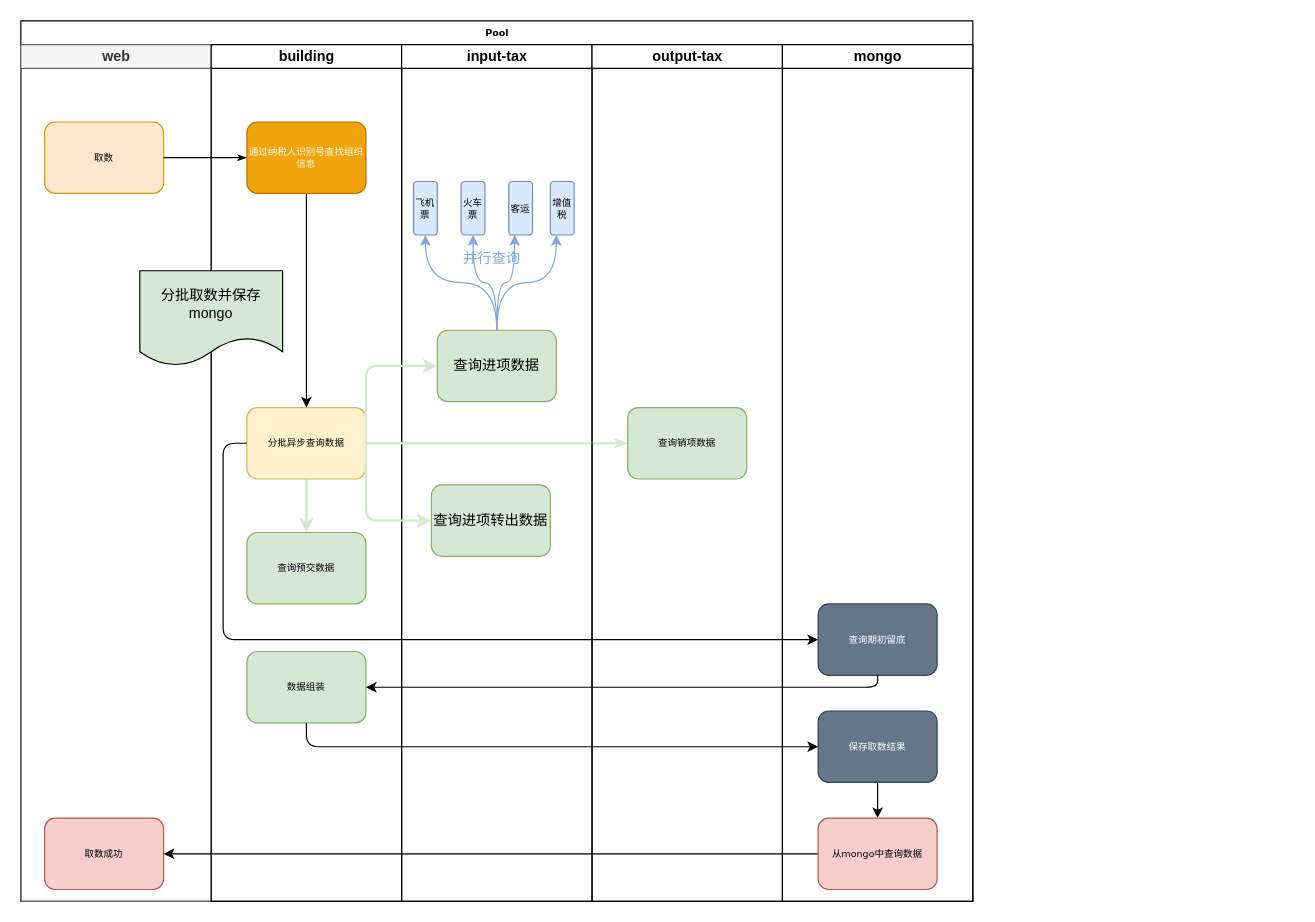
The draw.io diagram 转正答辩.drawio in sensezhang/draw, before the edit. Source tidied: cells renumbered, new cells numbered last; positions are measured from the earlier drawing's top-left corner, leaving out a move shared by most shapes. Both pictures are drawn from the tidied source at 119%, with x=0, y=0 at pixel (20, 20).
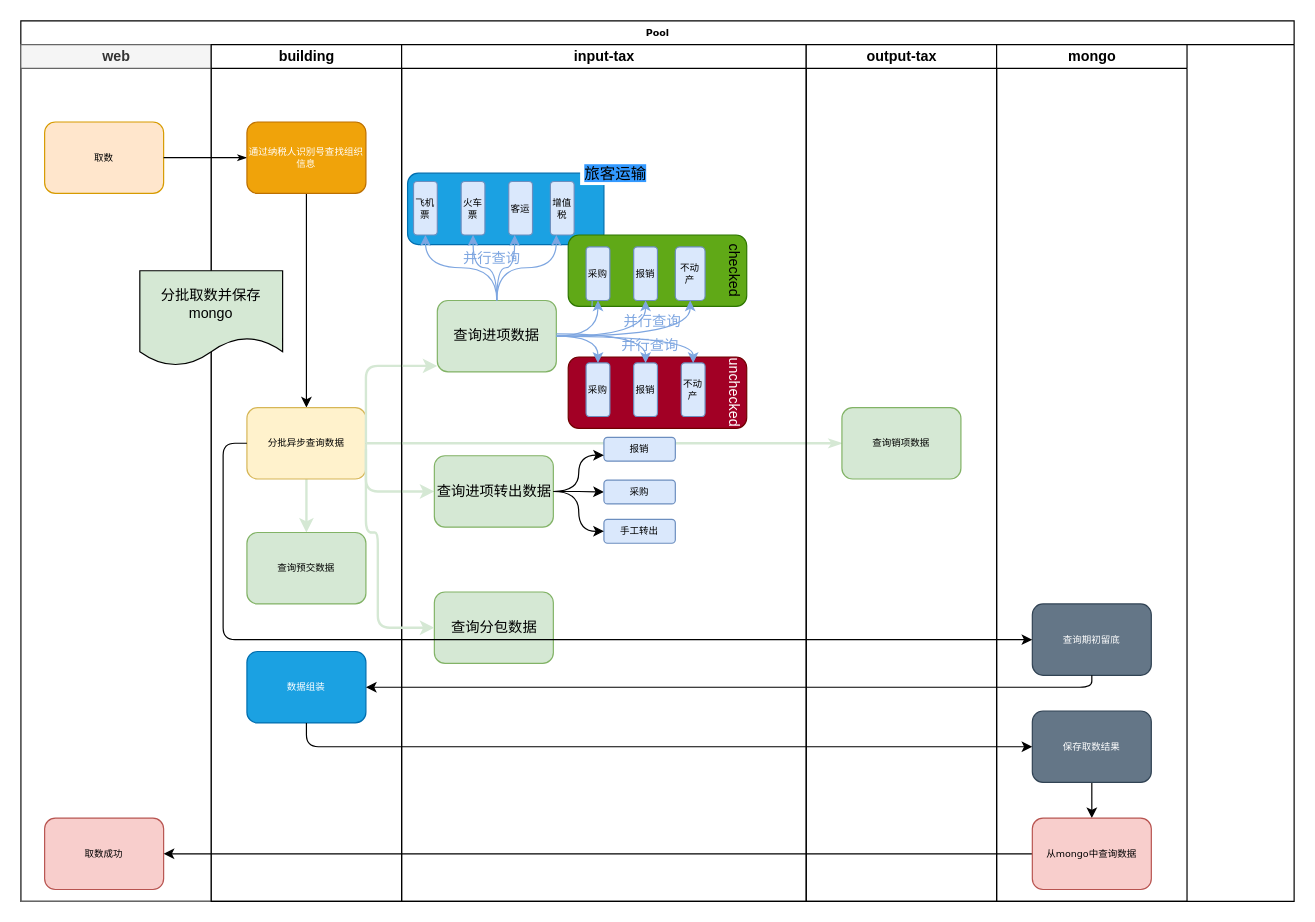
The same diagram, later.

Commit message:
更新转正答辩.drawio

The change refers to these unchanged cells:
```xml
<mxCell id="7" value="building" style="swimlane;html=1;startSize=20;" parent="2" vertex="1">
  <mxGeometry x="160" y="20" width="160" height="720" as="geometry" />
</mxCell>
<mxCell id="11" value="分批异步查询数据" style="rounded=1;whiteSpace=wrap;html=1;shadow=0;labelBackgroundColor=none;strokeWidth=1;fontFamily=Verdana;fontSize=8;align=center;fillColor=#fff2cc;strokeColor=#d6b656;" parent="7" vertex="1">
  <mxGeometry x="30" y="305" width="100" height="60" as="geometry" />
</mxCell>
<mxCell id="31" value="查询销项数据" style="rounded=1;whiteSpace=wrap;html=1;shadow=0;labelBackgroundColor=none;strokeWidth=1;fontFamily=Verdana;fontSize=8;align=center;fillColor=#d5e8d4;strokeColor=#82b366;" parent="30" vertex="1">
  <mxGeometry x="30" y="305" width="100" height="60" as="geometry" />
</mxCell>
<mxCell id="34" value="查询期初留底" style="rounded=1;whiteSpace=wrap;html=1;shadow=0;labelBackgroundColor=none;strokeWidth=1;fontFamily=Verdana;fontSize=8;align=center;fillColor=#647687;strokeColor=#314354;fontColor=#ffffff;" parent="33" vertex="1">
  <mxGeometry x="30" y="470" width="100" height="60" as="geometry" />
</mxCell>
<mxCell id="37" value="从mongo中查询数据" style="rounded=1;whiteSpace=wrap;html=1;shadow=0;labelBackgroundColor=none;strokeWidth=1;fontFamily=Verdana;fontSize=8;align=center;fillColor=#f8cecc;strokeColor=#b85450;" parent="33" vertex="1">
  <mxGeometry x="30" y="650" width="100" height="60" as="geometry" />
</mxCell>
```

The edit, as a diff of the source:
```diff
@@
     <mxCell id="2" value="Pool" style="swimlane;html=1;startSize=20;rounded=0;shadow=0;labelBackgroundColor=none;strokeWidth=1;fontFamily=Verdana;fontSize=8;align=center;" parent="1" vertex="1">
-      <mxGeometry width="800" height="740" as="geometry" />
+      <mxGeometry width="1070" height="740" as="geometry" />
     </mxCell>
@@
-    <mxCell id="13" value="数据组装" style="rounded=1;whiteSpace=wrap;html=1;shadow=0;labelBackgroundColor=none;strokeWidth=1;fontFamily=Verdana;fontSize=8;align=center;fillColor=#d5e8d4;strokeColor=#82b366;" parent="7" vertex="1">
+    <mxCell id="13" value="数据组装" style="rounded=1;whiteSpace=wrap;html=1;shadow=0;labelBackgroundColor=none;strokeWidth=1;fontFamily=Verdana;fontSize=8;align=center;fillColor=#1ba1e2;strokeColor=#006EAF;fontColor=#ffffff;" parent="7" vertex="1">
       <mxGeometry x="30" y="510" width="100" height="60" as="geometry" />
     </mxCell>
@@
+    <mxCell id="27" style="edgeStyle=orthogonalEdgeStyle;jettySize=auto;html=1;exitX=1;exitY=0.5;exitDx=0;exitDy=0;strokeColor=#D5E8D4;strokeWidth=2;rounded=1;" parent="2" edge="1" source="11" target="17">
+      <mxGeometry relative="1" as="geometry">
+        <Array as="points">
+          <mxPoint x="290" y="290" />
+        </Array>
+      </mxGeometry>
+    </mxCell>
+    <mxCell id="28" style="edgeStyle=orthogonalEdgeStyle;jettySize=auto;html=1;entryX=0;entryY=0.5;entryDx=0;entryDy=0;exitX=1;exitY=0.5;exitDx=0;exitDy=0;strokeColor=#D5E8D4;strokeWidth=2;rounded=1;" parent="2" edge="1" source="11" target="26">
+      <mxGeometry relative="1" as="geometry">
+        <Array as="points">
+          <mxPoint x="290" y="396" />
+        </Array>
+      </mxGeometry>
+    </mxCell>
+    <mxCell id="29" style="edgeStyle=orthogonalEdgeStyle;html=1;labelBackgroundColor=none;startArrow=none;startFill=0;startSize=5;endArrow=classicThin;endFill=1;endSize=5;jettySize=auto;strokeWidth=2;fontFamily=Verdana;fontSize=8;exitX=1;exitY=0.5;exitDx=0;exitDy=0;curved=1;strokeColor=#D5E8D4;" parent="2" edge="1" source="11" target="31">
+      <mxGeometry relative="1" as="geometry">
+        <Array as="points">
+          <mxPoint x="410" y="355" />
+          <mxPoint x="410" y="355" />
+        </Array>
+      </mxGeometry>
+    </mxCell>
     <mxCell id="15" value="input-tax" style="swimlane;html=1;startSize=20;fillColor=#FFFFFF;strokeColor=#000000;" parent="2" vertex="1">
-      <mxGeometry x="320" y="20" width="160" height="720" as="geometry" />
+      <mxGeometry x="320" y="20" width="340" height="720" as="geometry" />
     </mxCell>
+    <mxCell id="41" style="rounded=1;whiteSpace=wrap;html=1;fontColor=#ffffff;fillColor=#1ba1e2;strokeColor=#006EAF;" parent="15" vertex="1">
+      <mxGeometry x="5" y="108" width="165" height="60" as="geometry" />
+    </mxCell>
+    <mxCell id="42" style="rounded=1;whiteSpace=wrap;html=1;fillColor=#60a917;strokeColor=#2D7600;fontColor=#ffffff;" parent="15" vertex="1">
+      <mxGeometry x="140" y="160" width="150" height="60" as="geometry" />
+    </mxCell>
@@
     <mxCell id="17" value="&lt;font style=&quot;font-size: 12px&quot;&gt;查询进项数据&lt;/font&gt;" style="rounded=1;whiteSpace=wrap;html=1;shadow=0;labelBackgroundColor=none;strokeWidth=1;fontFamily=Verdana;fontSize=8;align=center;fillColor=#d5e8d4;strokeColor=#82b366;" parent="15" vertex="1">
-      <mxGeometry x="30" y="240" width="100" height="60" as="geometry" />
+      <mxGeometry x="30" y="215" width="100" height="60" as="geometry" />
     </mxCell>
@@
+    <mxCell id="43" style="edgeStyle=orthogonalEdgeStyle;rounded=0;jettySize=auto;html=1;fontColor=#FFFFFF;" parent="15" edge="1" source="26" target="62">
+      <mxGeometry relative="1" as="geometry" />
+    </mxCell>
     <mxCell id="26" value="&lt;font style=&quot;font-size: 12px&quot;&gt;查询进项转出数据&lt;/font&gt;" style="rounded=1;whiteSpace=wrap;html=1;shadow=0;labelBackgroundColor=none;strokeWidth=1;fontFamily=Verdana;fontSize=8;align=center;fillColor=#d5e8d4;strokeColor=#82b366;" parent="15" vertex="1">
-      <mxGeometry x="25" y="370" width="100" height="60" as="geometry" />
+      <mxGeometry x="27.5" y="345.5" width="100" height="60" as="geometry" />
     </mxCell>
-    <mxCell id="27" style="edgeStyle=orthogonalEdgeStyle;jettySize=auto;html=1;exitX=1;exitY=0.5;exitDx=0;exitDy=0;strokeColor=#D5E8D4;strokeWidth=2;rounded=1;" parent="2" edge="1" source="11" target="17">
-      <mxGeometry relative="1" as="geometry">
-        <Array as="points">
-          <mxPoint x="290" y="290" />
-        </Array>
-      </mxGeometry>
-    </mxCell>
-    <mxCell id="28" style="edgeStyle=orthogonalEdgeStyle;jettySize=auto;html=1;entryX=0;entryY=0.5;entryDx=0;entryDy=0;exitX=1;exitY=0.5;exitDx=0;exitDy=0;strokeColor=#D5E8D4;strokeWidth=2;rounded=1;" parent="2" edge="1" source="11" target="26">
-      <mxGeometry relative="1" as="geometry">
-        <Array as="points">
-          <mxPoint x="290" y="420" />
-        </Array>
-      </mxGeometry>
-    </mxCell>
-    <mxCell id="29" style="edgeStyle=orthogonalEdgeStyle;html=1;labelBackgroundColor=none;startArrow=none;startFill=0;startSize=5;endArrow=classicThin;endFill=1;endSize=5;jettySize=auto;strokeWidth=2;fontFamily=Verdana;fontSize=8;exitX=1;exitY=0.5;exitDx=0;exitDy=0;curved=1;strokeColor=#D5E8D4;" parent="2" edge="1" source="11" target="31">
-      <mxGeometry relative="1" as="geometry">
-        <Array as="points">
-          <mxPoint x="410" y="355" />
-          <mxPoint x="410" y="355" />
-        </Array>
-      </mxGeometry>
-    </mxCell>
+    <mxCell id="44" style="edgeStyle=orthogonalEdgeStyle;jettySize=auto;html=1;shadow=0;comic=0;strokeColor=#7EA6E0;curved=1;" parent="15" edge="1" target="45">
+      <mxGeometry relative="1" as="geometry">
+        <mxPoint x="160" y="220" as="sourcePoint" />
+      </mxGeometry>
+    </mxCell>
+    <mxCell id="45" value="采购" style="rounded=1;whiteSpace=wrap;html=1;shadow=0;labelBackgroundColor=none;strokeWidth=1;fontFamily=Verdana;fontSize=8;align=center;fillColor=#dae8fc;strokeColor=#6c8ebf;direction=east;" parent="15" vertex="1">
+      <mxGeometry x="155" y="170" width="20" height="45" as="geometry" />
+    </mxCell>
+    <mxCell id="46" value="报销" style="rounded=1;whiteSpace=wrap;html=1;shadow=0;labelBackgroundColor=none;strokeWidth=1;fontFamily=Verdana;fontSize=8;align=center;fillColor=#dae8fc;strokeColor=#6c8ebf;direction=east;" parent="15" vertex="1">
+      <mxGeometry x="195" y="170" width="20" height="45" as="geometry" />
+    </mxCell>
+    <mxCell id="47" value="不动产" style="rounded=1;whiteSpace=wrap;html=1;shadow=0;labelBackgroundColor=none;strokeWidth=1;fontFamily=Verdana;fontSize=8;align=center;fillColor=#dae8fc;strokeColor=#6c8ebf;direction=east;" parent="15" vertex="1">
+      <mxGeometry x="230" y="170" width="25" height="45" as="geometry" />
+    </mxCell>
+    <mxCell id="48" style="edgeStyle=orthogonalEdgeStyle;jettySize=auto;html=1;shadow=0;comic=0;strokeColor=#7EA6E0;curved=1;entryX=0.5;entryY=1;entryDx=0;entryDy=0;" parent="15" edge="1" target="46">
+      <mxGeometry relative="1" as="geometry">
+        <mxPoint x="130" y="245" as="sourcePoint" />
+      </mxGeometry>
+    </mxCell>
+    <mxCell id="49" style="edgeStyle=orthogonalEdgeStyle;jettySize=auto;html=1;shadow=0;comic=0;strokeColor=#7EA6E0;curved=1;entryX=0.5;entryY=1;entryDx=0;entryDy=0;" parent="15" edge="1" target="47">
+      <mxGeometry relative="1" as="geometry">
+        <mxPoint x="131" y="245" as="sourcePoint" />
+      </mxGeometry>
+    </mxCell>
+    <mxCell id="50" value="&lt;font color=&quot;#7ea6e0&quot;&gt;并行查询&lt;/font&gt;" style="text;html=1;align=left;verticalAlign=top;spacingTop=-4;" parent="15" vertex="1">
+      <mxGeometry x="185" y="222.5" width="60" height="20" as="geometry" />
+    </mxCell>
+    <mxCell id="51" value="checked" style="text;html=1;strokeColor=none;fillColor=none;align=center;verticalAlign=middle;whiteSpace=wrap;rounded=0;direction=north;rotation=90;" parent="15" vertex="1">
+      <mxGeometry x="270" y="185" width="20" height="10" as="geometry" />
+    </mxCell>
+    <mxCell id="52" style="rounded=1;whiteSpace=wrap;html=1;fillColor=#a20025;strokeColor=#6F0000;fontColor=#ffffff;" parent="15" vertex="1">
+      <mxGeometry x="140" y="262.5" width="150" height="60" as="geometry" />
+    </mxCell>
+    <mxCell id="53" style="edgeStyle=orthogonalEdgeStyle;jettySize=auto;html=1;shadow=0;comic=0;strokeColor=#7EA6E0;curved=1;entryX=0.5;entryY=0;entryDx=0;entryDy=0;exitX=1;exitY=0.5;exitDx=0;exitDy=0;" parent="15" edge="1" source="17" target="54">
+      <mxGeometry relative="1" as="geometry" />
+    </mxCell>
+    <mxCell id="54" value="采购" style="rounded=1;whiteSpace=wrap;html=1;shadow=0;labelBackgroundColor=none;strokeWidth=1;fontFamily=Verdana;fontSize=8;align=center;fillColor=#dae8fc;strokeColor=#6c8ebf;direction=east;" parent="15" vertex="1">
+      <mxGeometry x="155" y="267.5" width="20" height="45" as="geometry" />
+    </mxCell>
+    <mxCell id="55" value="报销" style="rounded=1;whiteSpace=wrap;html=1;shadow=0;labelBackgroundColor=none;strokeWidth=1;fontFamily=Verdana;fontSize=8;align=center;fillColor=#dae8fc;strokeColor=#6c8ebf;direction=east;" parent="15" vertex="1">
+      <mxGeometry x="195" y="267.5" width="20" height="45" as="geometry" />
+    </mxCell>
+    <mxCell id="56" value="不动产" style="rounded=1;whiteSpace=wrap;html=1;shadow=0;labelBackgroundColor=none;strokeWidth=1;fontFamily=Verdana;fontSize=8;align=center;fillColor=#dae8fc;strokeColor=#6c8ebf;direction=east;" parent="15" vertex="1">
+      <mxGeometry x="235" y="267.5" width="20" height="45" as="geometry" />
+    </mxCell>
+    <mxCell id="57" style="edgeStyle=orthogonalEdgeStyle;jettySize=auto;html=1;shadow=0;comic=0;strokeColor=#7EA6E0;curved=1;entryX=0.5;entryY=0;entryDx=0;entryDy=0;" parent="15" edge="1" target="55">
+      <mxGeometry relative="1" as="geometry">
+        <mxPoint x="130" y="243" as="sourcePoint" />
+        <Array as="points">
+          <mxPoint x="205" y="242.5" />
+        </Array>
+      </mxGeometry>
+    </mxCell>
+    <mxCell id="58" style="edgeStyle=orthogonalEdgeStyle;jettySize=auto;html=1;shadow=0;comic=0;strokeColor=#7EA6E0;curved=1;entryX=0.5;entryY=0;entryDx=0;entryDy=0;" parent="15" edge="1" target="56">
+      <mxGeometry relative="1" as="geometry">
+        <mxPoint x="130" y="245" as="sourcePoint" />
+      </mxGeometry>
+    </mxCell>
+    <mxCell id="59" value="&lt;font color=&quot;#7ea6e0&quot;&gt;并行查询&lt;/font&gt;" style="text;html=1;align=left;verticalAlign=top;spacingTop=-4;direction=south;" parent="15" vertex="1">
+      <mxGeometry x="182.5" y="242.5" width="20" height="60" as="geometry" />
+    </mxCell>
+    <mxCell id="60" value="unchecked" style="text;html=1;strokeColor=none;fillColor=none;align=center;verticalAlign=middle;whiteSpace=wrap;rounded=0;direction=north;rotation=90;fontColor=#FFFFFF;" parent="15" vertex="1">
+      <mxGeometry x="270" y="287.5" width="20" height="10" as="geometry" />
+    </mxCell>
+    <mxCell id="61" value="手工转出" style="rounded=1;whiteSpace=wrap;html=1;shadow=0;labelBackgroundColor=none;strokeWidth=1;fontFamily=Verdana;fontSize=8;align=center;fillColor=#dae8fc;strokeColor=#6c8ebf;direction=south;" parent="15" vertex="1">
+      <mxGeometry x="170" y="399" width="60" height="20" as="geometry" />
+    </mxCell>
+    <mxCell id="62" value="采购" style="rounded=1;whiteSpace=wrap;html=1;shadow=0;labelBackgroundColor=none;strokeWidth=1;fontFamily=Verdana;fontSize=8;align=center;fillColor=#dae8fc;strokeColor=#6c8ebf;direction=south;" parent="15" vertex="1">
+      <mxGeometry x="170" y="366" width="60" height="20" as="geometry" />
+    </mxCell>
+    <mxCell id="63" value="报销" style="rounded=1;whiteSpace=wrap;html=1;shadow=0;labelBackgroundColor=none;strokeWidth=1;fontFamily=Verdana;fontSize=8;align=center;fillColor=#dae8fc;strokeColor=#6c8ebf;direction=south;" parent="15" vertex="1">
+      <mxGeometry x="170" y="330" width="60" height="20" as="geometry" />
+    </mxCell>
+    <mxCell id="64" style="edgeStyle=orthogonalEdgeStyle;jettySize=auto;html=1;fontColor=#FFFFFF;exitX=1;exitY=0.5;exitDx=0;exitDy=0;entryX=0.5;entryY=1;entryDx=0;entryDy=0;curved=1;" parent="15" edge="1" source="26" target="61">
+      <mxGeometry relative="1" as="geometry" />
+    </mxCell>
+    <mxCell id="65" style="edgeStyle=orthogonalEdgeStyle;jettySize=auto;html=1;fontColor=#FFFFFF;exitX=1;exitY=0.5;exitDx=0;exitDy=0;entryX=0.75;entryY=1;entryDx=0;entryDy=0;curved=1;" parent="15" edge="1" source="26" target="63">
+      <mxGeometry relative="1" as="geometry" />
+    </mxCell>
+    <mxCell id="66" value="&lt;font style=&quot;font-size: 12px&quot;&gt;查询分包数据&lt;/font&gt;" style="rounded=1;whiteSpace=wrap;html=1;shadow=0;labelBackgroundColor=none;strokeWidth=1;fontFamily=Verdana;fontSize=8;align=center;fillColor=#d5e8d4;strokeColor=#82b366;" parent="15" vertex="1">
+      <mxGeometry x="27.5" y="460" width="100" height="60" as="geometry" />
+    </mxCell>
+    <mxCell id="67" style="edgeStyle=orthogonalEdgeStyle;jettySize=auto;html=1;shadow=0;comic=0;strokeColor=#7EA6E0;curved=1;entryX=0.5;entryY=1;entryDx=0;entryDy=0;exitX=1;exitY=0.5;exitDx=0;exitDy=0;" parent="15" edge="1" source="17" target="45">
+      <mxGeometry relative="1" as="geometry" />
+    </mxCell>
+    <mxCell id="68" value="旅客运输" style="text;html=1;strokeColor=none;fillColor=#ffffff;align=center;verticalAlign=middle;whiteSpace=wrap;rounded=0;fontColor=#000000;labelBackgroundColor=#3399FF;fontSize=13;" parent="15" vertex="1">
+      <mxGeometry x="150" y="98" width="60" height="20" as="geometry" />
+    </mxCell>
     <mxCell id="30" value="output-tax" style="swimlane;html=1;startSize=20;" parent="2" vertex="1">
-      <mxGeometry x="480" y="20" width="160" height="720" as="geometry" />
+      <mxGeometry x="660" y="20" width="160" height="720" as="geometry" />
     </mxCell>
@@
-    <mxCell id="32" style="edgeStyle=orthogonalEdgeStyle;rounded=1;comic=0;orthogonalLoop=1;jettySize=auto;html=1;shadow=0;strokeColor=#000000;strokeWidth=1;" parent="2" edge="1">
+    <mxCell id="32" style="edgeStyle=orthogonalEdgeStyle;rounded=1;comic=0;jettySize=auto;html=1;shadow=0;strokeColor=#000000;strokeWidth=1;exitX=0;exitY=0.5;exitDx=0;exitDy=0;" parent="2" edge="1" source="37">
       <mxGeometry relative="1" as="geometry">
-        <mxPoint x="670" y="700" as="sourcePoint" />
         <mxPoint x="120" y="700" as="targetPoint" />
-        <Array as="points">
-          <mxPoint x="670" y="700" />
-          <mxPoint x="120" y="700" />
-        </Array>
       </mxGeometry>
     </mxCell>
     <mxCell id="33" value="mongo" style="swimlane;html=1;startSize=20;" parent="2" vertex="1">
-      <mxGeometry x="640" y="20" width="160" height="720" as="geometry" />
+      <mxGeometry x="820" y="20" width="160" height="720" as="geometry" />
     </mxCell>
@@
     <mxCell id="39" style="endArrow=classic;html=1;shadow=0;strokeColor=#000000;strokeWidth=1;exitX=0.5;exitY=1;exitDx=0;exitDy=0;" parent="2" edge="1" source="34" target="13">
       <mxGeometry relative="1" as="geometry">
         <Array as="points">
+          <mxPoint x="900" y="560" />
           <mxPoint x="720" y="560" />
         </Array>
       </mxGeometry>
     </mxCell>
@@
+    <mxCell id="69" style="edgeStyle=orthogonalEdgeStyle;jettySize=auto;html=1;strokeColor=#D5E8D4;strokeWidth=2;rounded=1;" parent="1" edge="1" target="66">
+      <mxGeometry relative="1" as="geometry">
+        <mxPoint x="290" y="360" as="sourcePoint" />
+        <Array as="points">
+          <mxPoint x="290" y="430" />
+          <mxPoint x="300" y="430" />
+          <mxPoint x="300" y="510" />
+        </Array>
+      </mxGeometry>
+    </mxCell>
```
